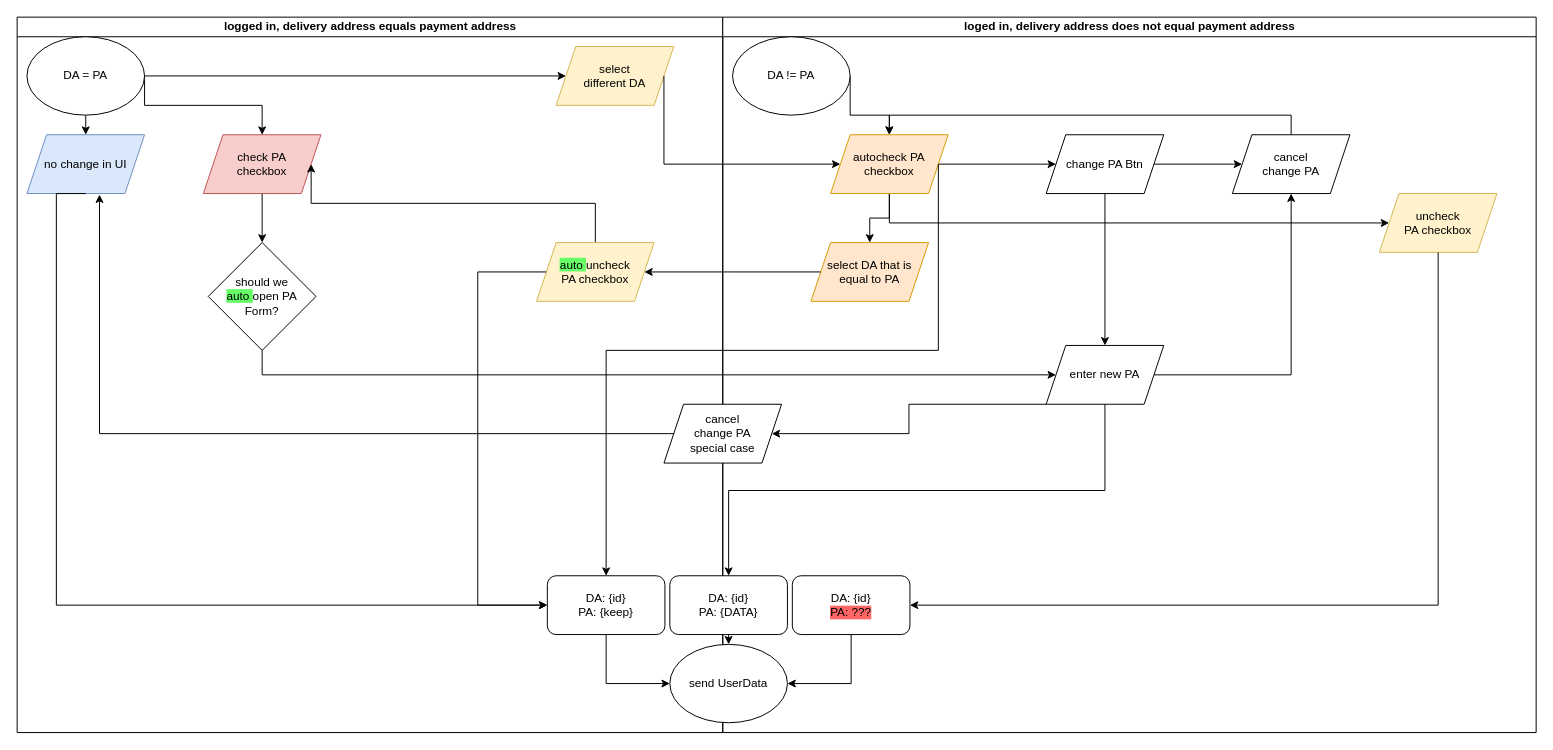
Above: page "Page-3" (3 of 3) of Untitled Diagram.drawio in witnessthefitness/charts (draw.io), before the change. Source tidied: cells renumbered, new cells numbered last; positions are measured from the earlier drawing's top-left corner, leaving out a move shared by most shapes. Both pictures are drawn from the tidied source at 98%, with x=0, y=0 at pixel (17, 17).
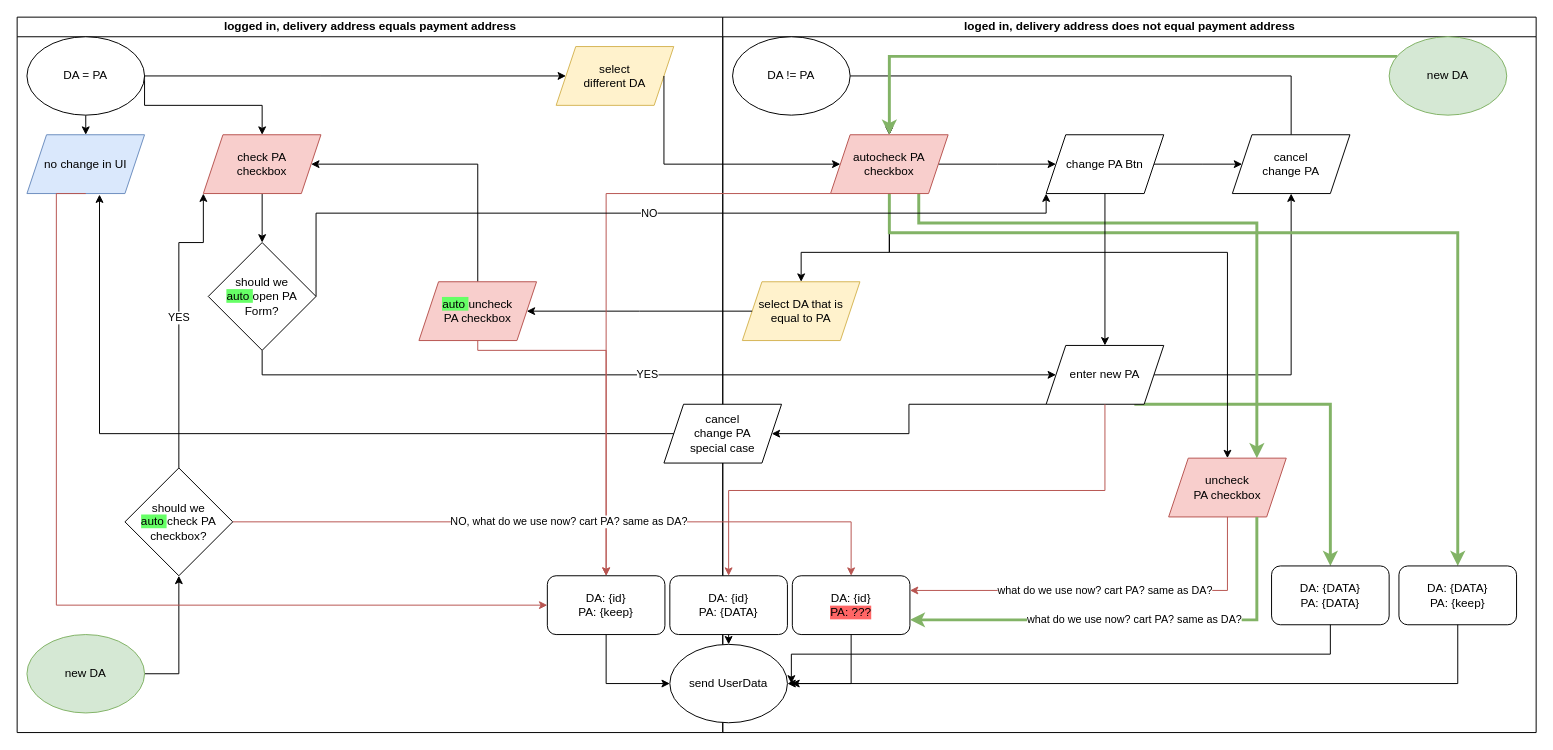
After the change.

The change refers to these unchanged cells:
```xml
<mxCell id="2" value="logged in, delivery address equals payment address" style="swimlane;html=1;startSize=20;" parent="1" vertex="1">
  <mxGeometry width="720" height="730" as="geometry" />
</mxCell>
<mxCell id="3" value="no change in UI" style="shape=parallelogram;perimeter=parallelogramPerimeter;whiteSpace=wrap;html=1;fixedSize=1;fillColor=#dae8fc;strokeColor=#6c8ebf;" parent="2" vertex="1">
  <mxGeometry x="10" y="120" width="120" height="60" as="geometry" />
</mxCell>
<mxCell id="5" value="&lt;div&gt;check PA&lt;/div&gt;&lt;div&gt; checkbox&lt;/div&gt;" style="shape=parallelogram;perimeter=parallelogramPerimeter;whiteSpace=wrap;html=1;fixedSize=1;fillColor=#f8cecc;strokeColor=#b85450;" parent="2" vertex="1">
  <mxGeometry x="190" y="120" width="120" height="60" as="geometry" />
</mxCell>
<mxCell id="7" value="&lt;div&gt;should we &lt;br&gt;&lt;/div&gt;&lt;div&gt;&lt;span style=&quot;background-color: rgb(102 , 255 , 102)&quot;&gt;auto &lt;/span&gt;open PA&lt;/div&gt;&lt;div&gt;Form?&lt;br&gt;&lt;/div&gt;" style="rhombus;whiteSpace=wrap;html=1;" parent="2" vertex="1">
  <mxGeometry x="195" y="230" width="110" height="110" as="geometry" />
</mxCell>
<mxCell id="15" value="loged in, delivery address does not equal payment address" style="swimlane;html=1;startSize=20;" parent="1" vertex="1">
  <mxGeometry x="720" width="830" height="730" as="geometry" />
</mxCell>
<mxCell id="19" value="enter new PA" style="shape=parallelogram;perimeter=parallelogramPerimeter;whiteSpace=wrap;html=1;fixedSize=1;" parent="15" vertex="1">
  <mxGeometry x="330" y="335" width="120" height="60" as="geometry" />
</mxCell>
<mxCell id="25" value="change PA Btn" style="shape=parallelogram;perimeter=parallelogramPerimeter;whiteSpace=wrap;html=1;fixedSize=1;" parent="15" vertex="1">
  <mxGeometry x="330" y="120" width="120" height="60" as="geometry" />
</mxCell>
<mxCell id="29" value="&lt;div&gt;cancel&lt;/div&gt;&lt;div&gt; change PA &lt;/div&gt;" style="shape=parallelogram;perimeter=parallelogramPerimeter;whiteSpace=wrap;html=1;fixedSize=1;" parent="15" vertex="1">
  <mxGeometry x="520" y="120" width="120" height="60" as="geometry" />
</mxCell>
<mxCell id="31" value="&lt;font style=&quot;font-size: 12px&quot;&gt;DA != PA&lt;/font&gt;" style="ellipse;whiteSpace=wrap;html=1;" parent="15" vertex="1">
  <mxGeometry x="10" y="20" width="120" height="80" as="geometry" />
</mxCell>
<mxCell id="41" value="&lt;div&gt;&lt;font style=&quot;font-size: 12px&quot;&gt;&lt;font style=&quot;font-size: 12px&quot;&gt;DA: {id}&lt;/font&gt;&lt;/font&gt;&lt;/div&gt;&lt;div&gt;&lt;font style=&quot;font-size: 12px&quot;&gt;&lt;font style=&quot;font-size: 12px&quot;&gt;PA: {keep}&lt;br&gt;&lt;/font&gt;&lt;/font&gt;&lt;/div&gt;" style="rounded=1;whiteSpace=wrap;html=1;" parent="1" vertex="1">
  <mxGeometry x="541" y="570" width="120" height="60" as="geometry" />
</mxCell>
<mxCell id="42" value="&lt;div&gt;&lt;font style=&quot;font-size: 12px&quot;&gt;&lt;font style=&quot;font-size: 12px&quot;&gt;DA: {id}&lt;/font&gt;&lt;/font&gt;&lt;/div&gt;&lt;div&gt;&lt;font style=&quot;font-size: 12px&quot;&gt;&lt;font style=&quot;font-size: 12px&quot;&gt;PA: {DATA}&lt;br&gt;&lt;/font&gt;&lt;/font&gt;&lt;/div&gt;" style="rounded=1;whiteSpace=wrap;html=1;" parent="1" vertex="1">
  <mxGeometry x="666" y="570" width="120" height="60" as="geometry" />
</mxCell>
<mxCell id="43" value="&lt;div&gt;&lt;font style=&quot;font-size: 12px&quot;&gt;&lt;font style=&quot;font-size: 12px&quot;&gt;DA: {id}&lt;/font&gt;&lt;/font&gt;&lt;/div&gt;&lt;div&gt;&lt;font style=&quot;font-size: 12px&quot;&gt;&lt;font style=&quot;font-size: 12px&quot;&gt;&lt;span style=&quot;background-color: rgb(255 , 102 , 102)&quot;&gt;PA: ???&lt;/span&gt;&lt;br&gt;&lt;/font&gt;&lt;/font&gt;&lt;/div&gt;" style="rounded=1;whiteSpace=wrap;html=1;" parent="1" vertex="1">
  <mxGeometry x="791" y="570" width="120" height="60" as="geometry" />
</mxCell>
```

What changed in the source:
```diff
@@
     <mxCell id="9" style="edgeStyle=elbowEdgeStyle;rounded=0;jettySize=auto;elbow=vertical;html=1;entryX=1;entryY=0.5;entryDx=0;entryDy=0;endArrow=classic;endFill=1;" parent="2" edge="1" source="10" target="5">
-      <mxGeometry relative="1" as="geometry" />
+      <mxGeometry relative="1" as="geometry">
+        <Array as="points">
+          <mxPoint x="400" y="150" />
+          <mxPoint x="400" y="240" />
+        </Array>
+      </mxGeometry>
     </mxCell>
-    <mxCell id="10" value="&lt;div&gt;&lt;span style=&quot;background-color: rgb(102 , 255 , 102)&quot;&gt;auto &lt;/span&gt;uncheck &lt;br&gt;&lt;/div&gt;&lt;div&gt;PA checkbox&lt;/div&gt;" style="shape=parallelogram;perimeter=parallelogramPerimeter;whiteSpace=wrap;html=1;fixedSize=1;fillColor=#fff2cc;strokeColor=#d6b656;" parent="2" vertex="1">
-      <mxGeometry x="530" y="230" width="120" height="60" as="geometry" />
+    <mxCell id="10" value="&lt;div&gt;&lt;span style=&quot;background-color: rgb(102 , 255 , 102)&quot;&gt;auto &lt;/span&gt;uncheck &lt;br&gt;&lt;/div&gt;&lt;div&gt;PA checkbox&lt;/div&gt;" style="shape=parallelogram;perimeter=parallelogramPerimeter;whiteSpace=wrap;html=1;fixedSize=1;fillColor=#f8cecc;strokeColor=#b85450;" parent="2" vertex="1">
+      <mxGeometry x="410" y="270" width="120" height="60" as="geometry" />
     </mxCell>
@@
+    <mxCell id="49" style="edgeStyle=elbowEdgeStyle;rounded=0;jettySize=auto;elbow=vertical;html=1;entryX=0.5;entryY=1;entryDx=0;entryDy=0;endArrow=classic;endFill=1;exitX=1;exitY=0.5;exitDx=0;exitDy=0;" parent="2" edge="1" source="50" target="52">
+      <mxGeometry relative="1" as="geometry">
+        <Array as="points">
+          <mxPoint x="190" y="670" />
+        </Array>
+      </mxGeometry>
+    </mxCell>
+    <mxCell id="50" value="new DA" style="ellipse;whiteSpace=wrap;html=1;fillColor=#d5e8d4;strokeColor=#82b366;" parent="2" vertex="1">
+      <mxGeometry x="10" y="630" width="120" height="80" as="geometry" />
+    </mxCell>
+    <mxCell id="51" value="YES" style="edgeStyle=elbowEdgeStyle;rounded=0;jettySize=auto;elbow=vertical;html=1;entryX=0;entryY=1;entryDx=0;entryDy=0;endArrow=classic;endFill=1;exitX=0.5;exitY=0;exitDx=0;exitDy=0;" parent="2" edge="1" source="52" target="5">
+      <mxGeometry relative="1" as="geometry">
+        <Array as="points">
+          <mxPoint x="140" y="230" />
+          <mxPoint x="140" y="305" />
+        </Array>
+      </mxGeometry>
+    </mxCell>
+    <mxCell id="52" value="&lt;div&gt;should we &lt;br&gt;&lt;/div&gt;&lt;div&gt;&lt;span style=&quot;background-color: rgb(102 , 255 , 102)&quot;&gt;auto &lt;/span&gt;check PA&lt;/div&gt;&lt;div&gt;checkbox?&lt;br&gt;&lt;/div&gt;" style="rhombus;whiteSpace=wrap;html=1;" parent="2" vertex="1">
+      <mxGeometry x="110" y="460" width="110" height="110" as="geometry" />
+    </mxCell>
@@
     <mxCell id="16" style="edgeStyle=elbowEdgeStyle;rounded=0;jettySize=auto;elbow=vertical;html=1;exitX=1;exitY=0.5;exitDx=0;exitDy=0;entryX=0.5;entryY=0;entryDx=0;entryDy=0;endArrow=classic;endFill=1;" parent="15" edge="1" source="31" target="23">
       <mxGeometry relative="1" as="geometry">
         <Array as="points">
-          <mxPoint x="130" y="100" />
+          <mxPoint x="160" y="60" />
         </Array>
       </mxGeometry>
     </mxCell>
@@
+    <mxCell id="53" style="edgeStyle=elbowEdgeStyle;rounded=0;jettySize=auto;elbow=vertical;html=1;exitX=0.75;exitY=1;exitDx=0;exitDy=0;entryX=0.5;entryY=0;entryDx=0;entryDy=0;endArrow=classic;endFill=1;strokeWidth=3;fillColor=#d5e8d4;strokeColor=#82b366;" parent="15" edge="1" source="19" target="56">
+      <mxGeometry relative="1" as="geometry">
+        <Array as="points">
+          <mxPoint x="580" y="395" />
+        </Array>
+      </mxGeometry>
+    </mxCell>
@@
     <mxCell id="20" style="edgeStyle=elbowEdgeStyle;rounded=0;jettySize=auto;elbow=vertical;html=1;exitX=0.5;exitY=1;exitDx=0;exitDy=0;entryX=0.5;entryY=0;entryDx=0;entryDy=0;endArrow=classic;endFill=1;" parent="15" edge="1" source="23" target="27">
       <mxGeometry relative="1" as="geometry">
         <Array as="points">
-          <mxPoint x="160" y="205" />
+          <mxPoint x="190" y="240" />
         </Array>
       </mxGeometry>
     </mxCell>
@@
-    <mxCell id="22" style="edgeStyle=elbowEdgeStyle;rounded=0;jettySize=auto;elbow=vertical;html=1;entryX=0;entryY=0.5;entryDx=0;entryDy=0;endArrow=classic;endFill=1;" parent="15" edge="1" source="23" target="32">
+    <mxCell id="22" style="edgeStyle=elbowEdgeStyle;rounded=0;jettySize=auto;elbow=vertical;html=1;entryX=0.5;entryY=0;entryDx=0;entryDy=0;endArrow=classic;endFill=1;" parent="15" edge="1" source="23" target="32">
       <mxGeometry relative="1" as="geometry">
         <Array as="points">
+          <mxPoint x="290" y="240" />
           <mxPoint x="340" y="210" />
           <mxPoint x="370" y="210" />
         </Array>
       </mxGeometry>
     </mxCell>
+    <mxCell id="54" style="edgeStyle=elbowEdgeStyle;rounded=0;jettySize=auto;elbow=vertical;html=1;entryX=0.5;entryY=0;entryDx=0;entryDy=0;endArrow=classic;endFill=1;strokeWidth=3;fillColor=#d5e8d4;strokeColor=#82b366;" parent="15" edge="1" source="23" target="57">
+      <mxGeometry relative="1" as="geometry">
+        <Array as="points">
+          <mxPoint x="430" y="220" />
+        </Array>
+      </mxGeometry>
+    </mxCell>
+    <mxCell id="55" style="edgeStyle=elbowEdgeStyle;rounded=0;jettySize=auto;elbow=vertical;html=1;exitX=0.75;exitY=1;exitDx=0;exitDy=0;entryX=0.75;entryY=0;entryDx=0;entryDy=0;endArrow=classic;endFill=1;strokeWidth=3;fillColor=#d5e8d4;strokeColor=#82b366;" parent="15" edge="1" source="23" target="32">
+      <mxGeometry relative="1" as="geometry">
+        <Array as="points">
+          <mxPoint x="390" y="210" />
+        </Array>
+      </mxGeometry>
+    </mxCell>
-    <mxCell id="23" value="&lt;div&gt;autocheck PA&lt;/div&gt;&lt;div&gt;checkbox&lt;br&gt;&lt;/div&gt;" style="shape=parallelogram;perimeter=parallelogramPerimeter;whiteSpace=wrap;html=1;fixedSize=1;fillColor=#ffe6cc;strokeColor=#d79b00;" parent="15" vertex="1">
+    <mxCell id="23" value="&lt;div&gt;autocheck PA&lt;/div&gt;&lt;div&gt;checkbox&lt;br&gt;&lt;/div&gt;" style="shape=parallelogram;perimeter=parallelogramPerimeter;whiteSpace=wrap;html=1;fixedSize=1;fillColor=#f8cecc;strokeColor=#b85450;" parent="15" vertex="1">
       <mxGeometry x="110" y="120" width="120" height="60" as="geometry" />
     </mxCell>
@@
-    <mxCell id="27" value="&lt;div&gt;select DA that is equal to PA&lt;br&gt;&lt;/div&gt;" style="shape=parallelogram;perimeter=parallelogramPerimeter;whiteSpace=wrap;html=1;fixedSize=1;fillColor=#ffe6cc;strokeColor=#d79b00;" parent="15" vertex="1">
-      <mxGeometry x="90" y="230" width="120" height="60" as="geometry" />
+    <mxCell id="27" value="&lt;div&gt;select DA that is equal to PA&lt;br&gt;&lt;/div&gt;" style="shape=parallelogram;perimeter=parallelogramPerimeter;whiteSpace=wrap;html=1;fixedSize=1;fillColor=#fff2cc;strokeColor=#d6b656;" parent="15" vertex="1">
+      <mxGeometry x="20" y="270" width="120" height="60" as="geometry" />
     </mxCell>
     <mxCell id="28" style="edgeStyle=elbowEdgeStyle;rounded=0;jettySize=auto;elbow=vertical;html=1;entryX=0.5;entryY=0;entryDx=0;entryDy=0;endArrow=classic;endFill=1;" parent="15" edge="1" source="29" target="23">
       <mxGeometry relative="1" as="geometry">
         <Array as="points">
-          <mxPoint x="480" y="100" />
+          <mxPoint x="380" y="60" />
         </Array>
       </mxGeometry>
     </mxCell>
@@
-    <mxCell id="32" value="&lt;div&gt;&lt;span style=&quot;background-color: rgb(102 , 255 , 102)&quot;&gt;&lt;/span&gt;uncheck &lt;br&gt;&lt;/div&gt;&lt;div&gt;PA checkbox&lt;/div&gt;" style="shape=parallelogram;perimeter=parallelogramPerimeter;whiteSpace=wrap;html=1;fixedSize=1;fillColor=#fff2cc;strokeColor=#d6b656;" parent="15" vertex="1">
-      <mxGeometry x="670" y="180" width="120" height="60" as="geometry" />
+    <mxCell id="32" value="&lt;div&gt;&lt;span style=&quot;background-color: rgb(102 , 255 , 102)&quot;&gt;&lt;/span&gt;uncheck &lt;br&gt;&lt;/div&gt;&lt;div&gt;PA checkbox&lt;/div&gt;" style="shape=parallelogram;perimeter=parallelogramPerimeter;whiteSpace=wrap;html=1;fixedSize=1;fillColor=#f8cecc;strokeColor=#b85450;" parent="15" vertex="1">
+      <mxGeometry x="455" y="450" width="120" height="60" as="geometry" />
     </mxCell>
+    <mxCell id="56" value="&lt;div&gt;&lt;font style=&quot;font-size: 12px&quot;&gt;&lt;font style=&quot;font-size: 12px&quot;&gt;DA: {DATA}&lt;/font&gt;&lt;/font&gt;&lt;/div&gt;&lt;div&gt;&lt;font style=&quot;font-size: 12px&quot;&gt;&lt;font style=&quot;font-size: 12px&quot;&gt;PA: {DATA}&lt;br&gt;&lt;/font&gt;&lt;/font&gt;&lt;/div&gt;" style="rounded=1;whiteSpace=wrap;html=1;" parent="15" vertex="1">
+      <mxGeometry x="560" y="560" width="120" height="60" as="geometry" />
+    </mxCell>
+    <mxCell id="57" value="&lt;div&gt;&lt;font style=&quot;font-size: 12px&quot;&gt;&lt;font style=&quot;font-size: 12px&quot;&gt;DA: {DATA}&lt;/font&gt;&lt;/font&gt;&lt;/div&gt;&lt;div&gt;&lt;font style=&quot;font-size: 12px&quot;&gt;&lt;font style=&quot;font-size: 12px&quot;&gt;PA: {keep}&lt;br&gt;&lt;/font&gt;&lt;/font&gt;&lt;/div&gt;" style="rounded=1;whiteSpace=wrap;html=1;" parent="15" vertex="1">
+      <mxGeometry x="690" y="560" width="120" height="60" as="geometry" />
+    </mxCell>
@@
-    <mxCell id="35" style="edgeStyle=elbowEdgeStyle;rounded=0;jettySize=auto;elbow=vertical;html=1;entryX=0;entryY=0.5;entryDx=0;entryDy=0;endArrow=classic;endFill=1;" parent="1" edge="1" source="7" target="19">
+    <mxCell id="35" value="YES" style="edgeStyle=elbowEdgeStyle;rounded=0;jettySize=auto;elbow=vertical;html=1;entryX=0;entryY=0.5;entryDx=0;entryDy=0;endArrow=classic;endFill=1;" parent="1" edge="1" source="7" target="19">
       <mxGeometry relative="1" as="geometry">
         <Array as="points">
           <mxPoint x="650" y="365" />
         </Array>
       </mxGeometry>
     </mxCell>
@@
-    <mxCell id="37" style="edgeStyle=elbowEdgeStyle;rounded=0;jettySize=auto;elbow=vertical;html=1;endArrow=classic;endFill=1;entryX=0;entryY=0.5;entryDx=0;entryDy=0;" parent="1" edge="1" source="10" target="41">
-      <mxGeometry relative="1" as="geometry">
-        <Array as="points">
-          <mxPoint x="470" y="500" />
-        </Array>
-      </mxGeometry>
-    </mxCell>
-    <mxCell id="38" style="edgeStyle=orthogonalEdgeStyle;rounded=0;jettySize=auto;html=1;exitX=0.5;exitY=1;exitDx=0;exitDy=0;entryX=0;entryY=0.5;entryDx=0;entryDy=0;" parent="1" edge="1" source="3" target="41">
+    <mxCell id="38" style="edgeStyle=orthogonalEdgeStyle;rounded=0;jettySize=auto;html=1;exitX=0.5;exitY=1;exitDx=0;exitDy=0;entryX=0;entryY=0.5;entryDx=0;entryDy=0;fillColor=#f8cecc;strokeColor=#b85450;" parent="1" edge="1" source="3" target="41">
       <mxGeometry relative="1" as="geometry">
         <Array as="points">
           <mxPoint x="40" y="180" />
           <mxPoint x="40" y="600" />
         </Array>
       </mxGeometry>
     </mxCell>
@@
-    <mxCell id="46" style="edgeStyle=elbowEdgeStyle;rounded=0;jettySize=auto;elbow=vertical;html=1;exitX=1;exitY=0.5;exitDx=0;exitDy=0;entryX=0.5;entryY=0;entryDx=0;entryDy=0;endArrow=classic;endFill=1;" parent="1" edge="1" source="23" target="41">
+    <mxCell id="46" style="edgeStyle=elbowEdgeStyle;rounded=0;jettySize=auto;elbow=vertical;html=1;exitX=0;exitY=1;exitDx=0;exitDy=0;entryX=0.5;entryY=0;entryDx=0;entryDy=0;endArrow=classic;endFill=1;fillColor=#f8cecc;strokeColor=#b85450;" parent="1" edge="1" source="23" target="41">
       <mxGeometry relative="1" as="geometry">
         <Array as="points">
+          <mxPoint x="670" y="180" />
+          <mxPoint x="760" y="190" />
+          <mxPoint x="860" y="340" />
+          <mxPoint x="970" y="520" />
+          <mxPoint x="970" y="280" />
           <mxPoint x="890" y="340" />
           <mxPoint x="870" y="310" />
           <mxPoint x="850" y="220" />
           <mxPoint x="870" y="330" />
           <mxPoint x="870" y="390" />
         </Array>
       </mxGeometry>
     </mxCell>
-    <mxCell id="47" style="edgeStyle=elbowEdgeStyle;rounded=0;jettySize=auto;elbow=vertical;html=1;exitX=0.5;exitY=1;exitDx=0;exitDy=0;entryX=0.5;entryY=0;entryDx=0;entryDy=0;endArrow=classic;endFill=1;" parent="1" edge="1" source="19" target="42">
+    <mxCell id="47" style="edgeStyle=elbowEdgeStyle;rounded=0;jettySize=auto;elbow=vertical;html=1;exitX=0.5;exitY=1;exitDx=0;exitDy=0;entryX=0.5;entryY=0;entryDx=0;entryDy=0;endArrow=classic;endFill=1;fillColor=#f8cecc;strokeColor=#b85450;" parent="1" edge="1" source="19" target="42">
       <mxGeometry relative="1" as="geometry" />
     </mxCell>
-    <mxCell id="48" style="edgeStyle=elbowEdgeStyle;rounded=0;jettySize=auto;elbow=vertical;html=1;entryX=1;entryY=0.5;entryDx=0;entryDy=0;endArrow=classic;endFill=1;" parent="1" edge="1" source="32" target="43">
+    <mxCell id="48" value="what do we use now? cart PA? same as DA?" style="edgeStyle=elbowEdgeStyle;rounded=0;jettySize=auto;elbow=vertical;html=1;entryX=1;entryY=0.25;entryDx=0;entryDy=0;endArrow=classic;endFill=1;exitX=0.5;exitY=1;exitDx=0;exitDy=0;fillColor=#f8cecc;strokeColor=#b85450;" parent="1" edge="1" source="32" target="43">
       <mxGeometry relative="1" as="geometry">
         <Array as="points">
-          <mxPoint x="1300" y="600" />
+          <mxPoint x="980" y="585" />
+          <mxPoint x="1080" y="600" />
         </Array>
       </mxGeometry>
     </mxCell>
+    <mxCell id="37" style="edgeStyle=elbowEdgeStyle;rounded=0;jettySize=auto;elbow=vertical;html=1;entryX=0.5;entryY=0;entryDx=0;entryDy=0;endArrow=classic;endFill=1;fillColor=#f8cecc;strokeColor=#b85450;" parent="1" edge="1" source="10" target="41">
+      <mxGeometry relative="1" as="geometry">
+        <Array as="points">
+          <mxPoint x="560" y="340" />
+        </Array>
+      </mxGeometry>
+    </mxCell>
+    <mxCell id="58" style="edgeStyle=elbowEdgeStyle;rounded=0;jettySize=auto;elbow=vertical;html=1;endArrow=classic;endFill=1;fillColor=#d5e8d4;strokeColor=#82b366;strokeWidth=3;" parent="1" edge="1" source="59" target="23">
+      <mxGeometry relative="1" as="geometry">
+        <Array as="points">
+          <mxPoint x="1340" y="40" />
+          <mxPoint x="1090" y="90" />
+        </Array>
+      </mxGeometry>
+    </mxCell>
+    <mxCell id="59" value="new DA" style="ellipse;whiteSpace=wrap;html=1;fillColor=#d5e8d4;strokeColor=#82b366;" parent="1" vertex="1">
+      <mxGeometry x="1400" y="20" width="120" height="80" as="geometry" />
+    </mxCell>
+    <mxCell id="60" value="NO, what do we use now? cart PA? same as DA?" style="edgeStyle=elbowEdgeStyle;rounded=0;jettySize=auto;elbow=vertical;html=1;entryX=0.5;entryY=0;entryDx=0;entryDy=0;endArrow=classic;endFill=1;fillColor=#f8cecc;strokeColor=#b85450;labelPosition=center;verticalLabelPosition=middle;align=center;verticalAlign=middle;" parent="1" edge="1" source="52" target="43">
+      <mxGeometry relative="1" as="geometry">
+        <Array as="points">
+          <mxPoint x="840" y="515" />
+        </Array>
+      </mxGeometry>
+    </mxCell>
+    <mxCell id="61" value="NO" style="edgeStyle=elbowEdgeStyle;rounded=0;jettySize=auto;elbow=vertical;html=1;entryX=0;entryY=1;entryDx=0;entryDy=0;endArrow=classic;endFill=1;exitX=1;exitY=0.5;exitDx=0;exitDy=0;" parent="1" edge="1" source="7" target="25">
+      <mxGeometry relative="1" as="geometry">
+        <Array as="points">
+          <mxPoint x="680" y="200" />
+        </Array>
+      </mxGeometry>
+    </mxCell>
+    <mxCell id="62" style="edgeStyle=elbowEdgeStyle;rounded=0;jettySize=auto;elbow=vertical;html=1;endArrow=classic;endFill=1;strokeWidth=1;" parent="1" edge="1" source="56">
+      <mxGeometry relative="1" as="geometry">
+        <mxPoint x="790" y="680" as="targetPoint" />
+      </mxGeometry>
+    </mxCell>
+    <mxCell id="63" style="edgeStyle=elbowEdgeStyle;rounded=0;jettySize=auto;elbow=vertical;html=1;endArrow=classic;endFill=1;strokeWidth=1;" parent="1" edge="1" source="57">
+      <mxGeometry relative="1" as="geometry">
+        <mxPoint x="790" y="680" as="targetPoint" />
+        <Array as="points">
+          <mxPoint x="1140" y="680" />
+        </Array>
+      </mxGeometry>
+    </mxCell>
+    <mxCell id="64" value="what do we use now? cart PA? same as DA?" style="edgeStyle=elbowEdgeStyle;rounded=0;jettySize=auto;elbow=vertical;html=1;exitX=0.75;exitY=1;exitDx=0;exitDy=0;entryX=1;entryY=0.75;entryDx=0;entryDy=0;endArrow=classic;endFill=1;strokeWidth=3;fillColor=#d5e8d4;strokeColor=#82b366;" parent="1" edge="1" source="32" target="43">
+      <mxGeometry relative="1" as="geometry">
+        <Array as="points">
+          <mxPoint x="1010" y="615" />
+          <mxPoint x="1010" y="600" />
+          <mxPoint x="1080" y="610" />
+        </Array>
+      </mxGeometry>
+    </mxCell>
```
